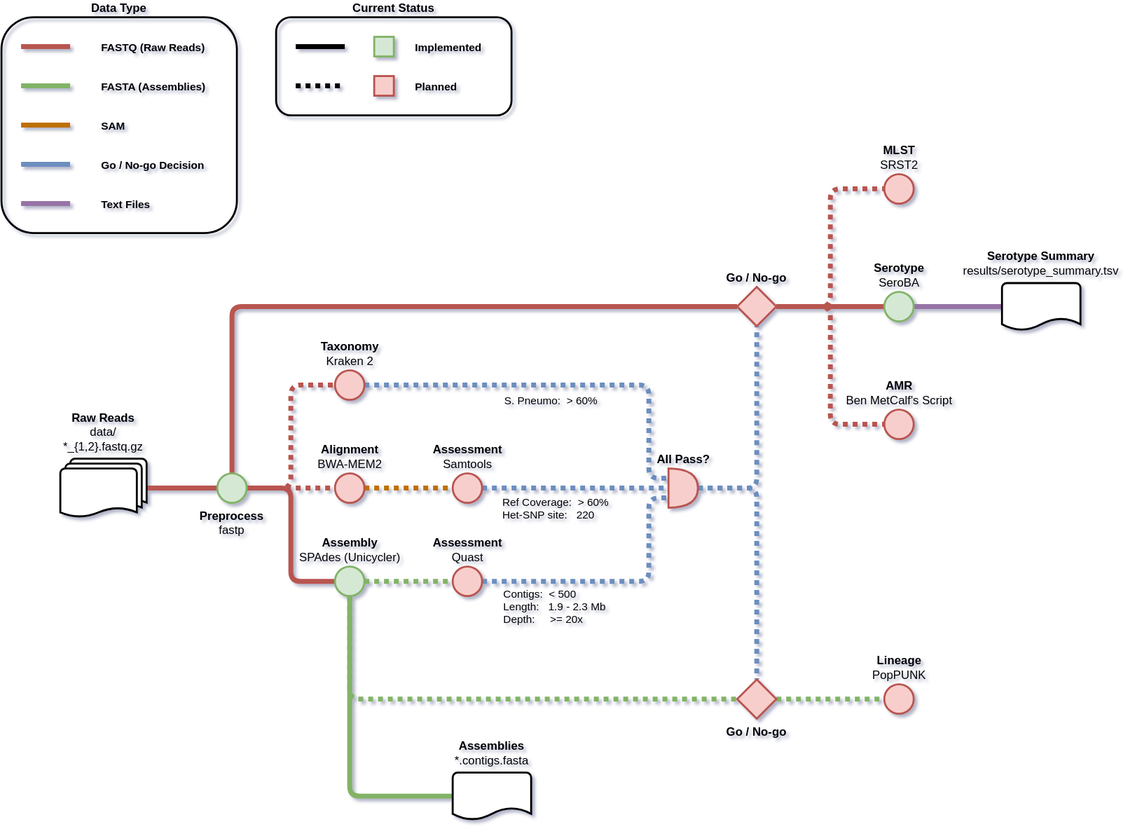
Before: doc/workflow.drawio.svg, a diagram exported from draw.io (sanger-bentley-group/gps-pipeline). Source tidied: cells renumbered, new cells last; positions are measured from the earlier drawing's top-left corner, leaving out a move shared by most shapes.
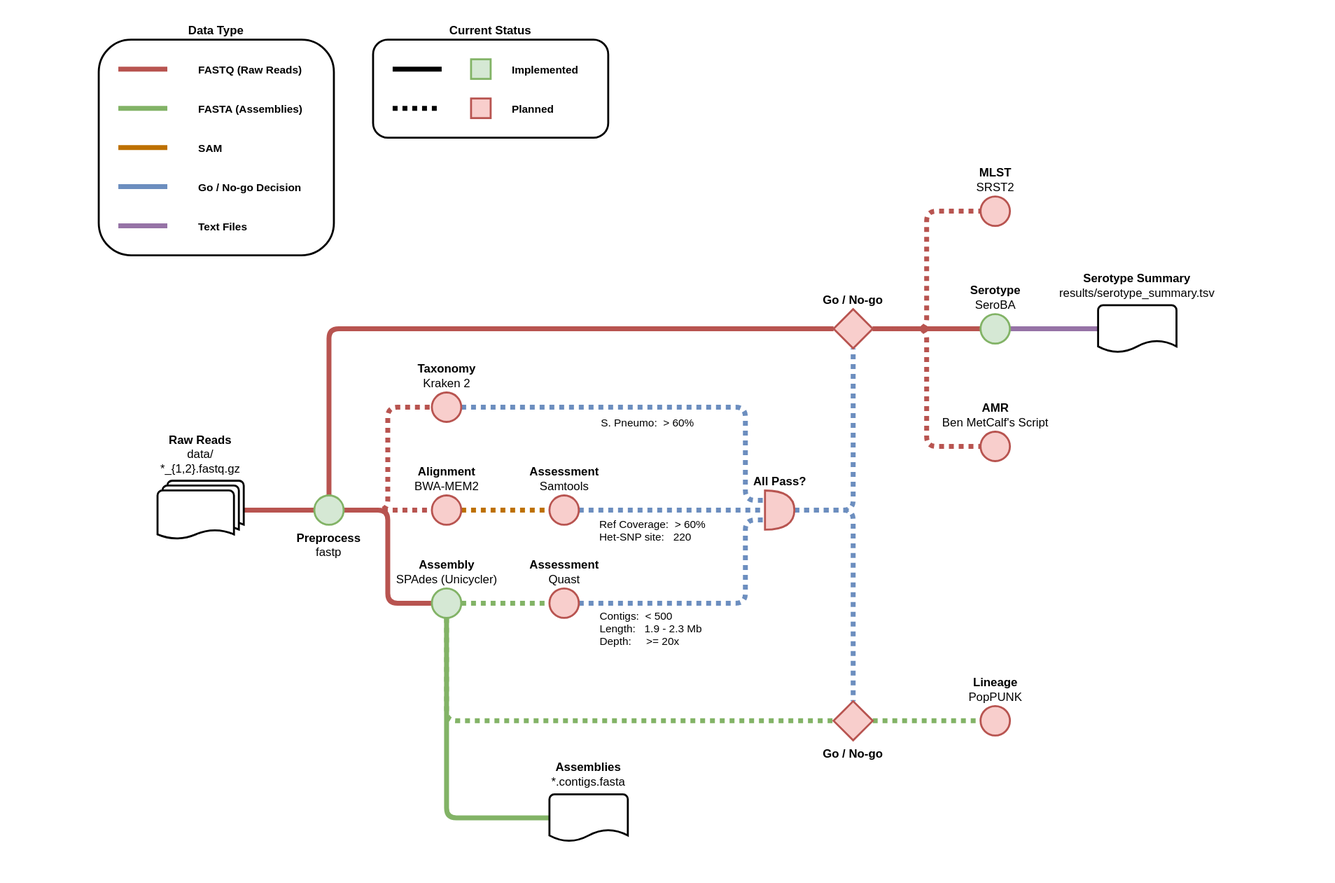
Above is the later version.

Commit message:
Improve readability

Change to the diagram source:
```diff
@@ -1,7 +1,10 @@
-<mxGraphModel background="#ffffff" shadow="1">
+<mxGraphModel background="#ffffff">
   <root>
     <mxCell id="0" />
     <mxCell id="1" parent="0" />
+    <mxCell id="58" style="rounded=0;whiteSpace=wrap;html=1;strokeColor=none;" parent="1" vertex="1">
+      <mxGeometry x="-100" y="-40" width="1360" height="899" as="geometry" />
+    </mxCell>
     <mxCell id="2" value="&lt;b&gt;Current Status&lt;/b&gt;" style="rounded=1;whiteSpace=wrap;html=1;strokeWidth=2;fillColor=none;labelPosition=center;verticalLabelPosition=top;align=center;verticalAlign=bottom;" parent="1" vertex="1">
       <mxGeometry x="280" width="240" height="100" as="geometry" />
     </mxCell>
```
